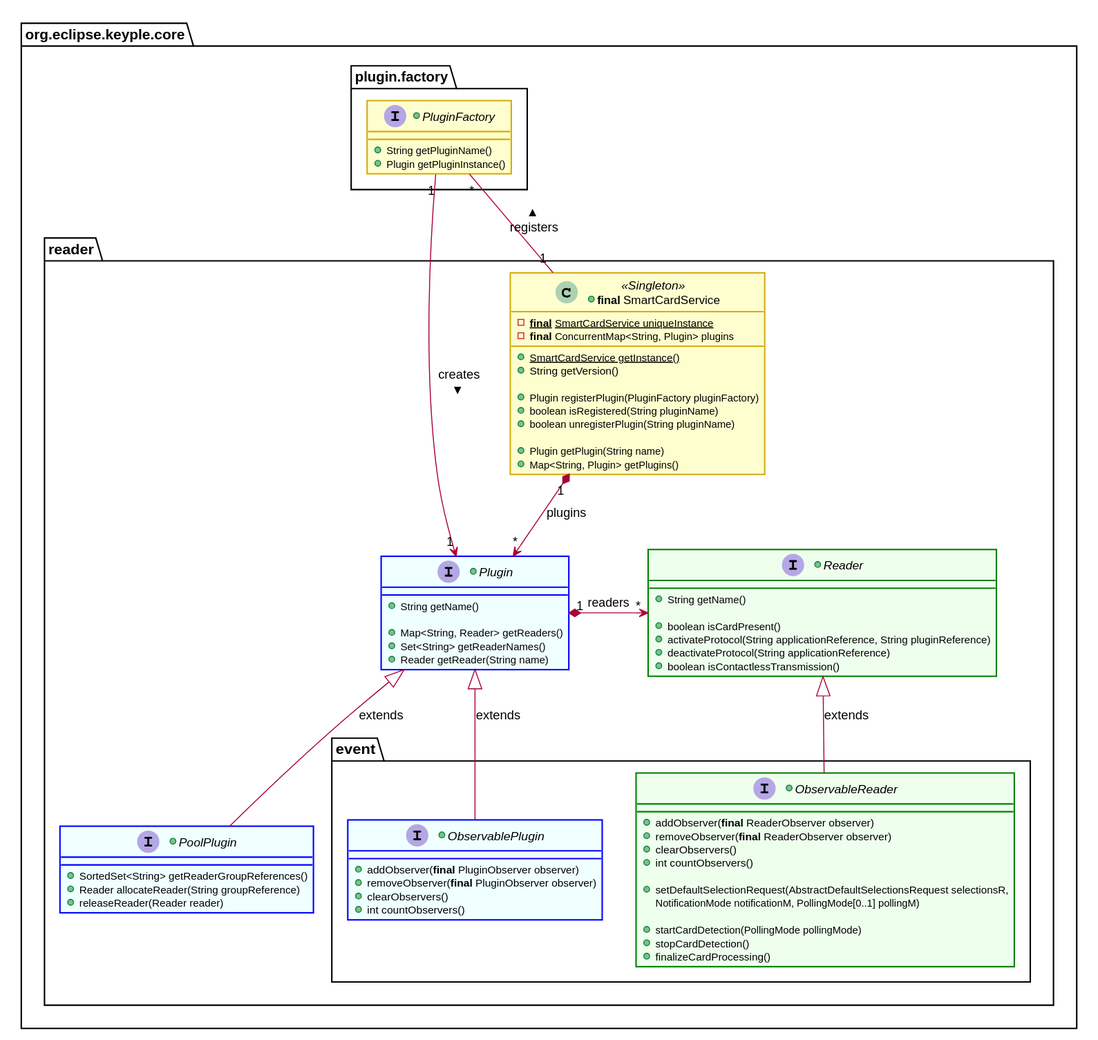
calypsonet/keyple keeps this PlantUML diagram as docs/KeypleCoreApi/img/KeypleCore_Reader_ClassDiag_PluginSettingAndReaderAccess_1_0_0.svg. Above is the earlier version.
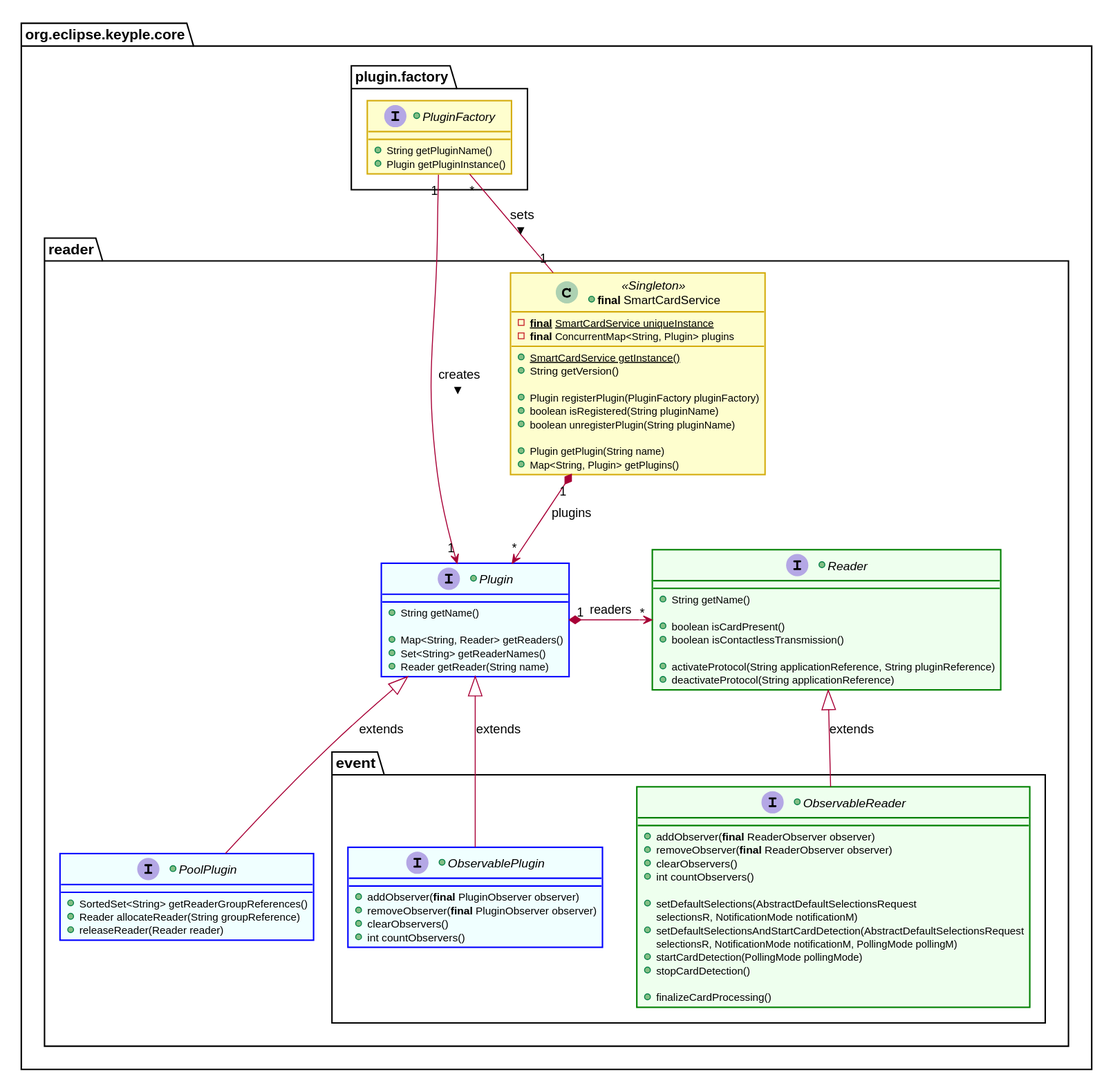
Above is the later version.

Commit message:
Fix Local Reader

The edit, as a diff of the source:
```diff
@@ -62,9 +62,10 @@
   +String getName()
 
   +boolean isCardPresent()
+  +boolean isContactlessTransmission()
+
   +activateProtocol(String applicationReference, String pluginReference)
   +deactivateProtocol(String applicationReference)
-  +boolean isContactlessTransmission()
 }
 
     SmartCardService "1" *-down-> "*" Plugin : plugins
@@ -90,11 +91,13 @@
   +clearObservers()
   +int countObservers()
 
-  +setDefaultSelectionRequest(AbstractDefaultSelectionsRequest selectionsR,
-    NotificationMode notificationM, PollingMode[0..1] pollingM)
-
+  +setDefaultSelections(AbstractDefaultSelectionsRequest
+    selectionsR, NotificationMode notificationM)
+  +setDefaultSelectionsAndStartCardDetection(AbstractDefaultSelectionsRequest
+    selectionsR, NotificationMode notificationM, PollingMode pollingM)
   +startCardDetection(PollingMode pollingMode)
   +stopCardDetection()
+
   +finalizeCardProcessing()
 }
     }
@@ -102,7 +105,7 @@
     Reader <|-- ObservableReader : extends
   }
 
-  PluginFactory "*" -down- "1" SmartCardService : registers <
+  PluginFactory "*" -down- "1" SmartCardService : sets >
   PluginFactory "1" --> "1" Plugin : creates >
 }
 
```
